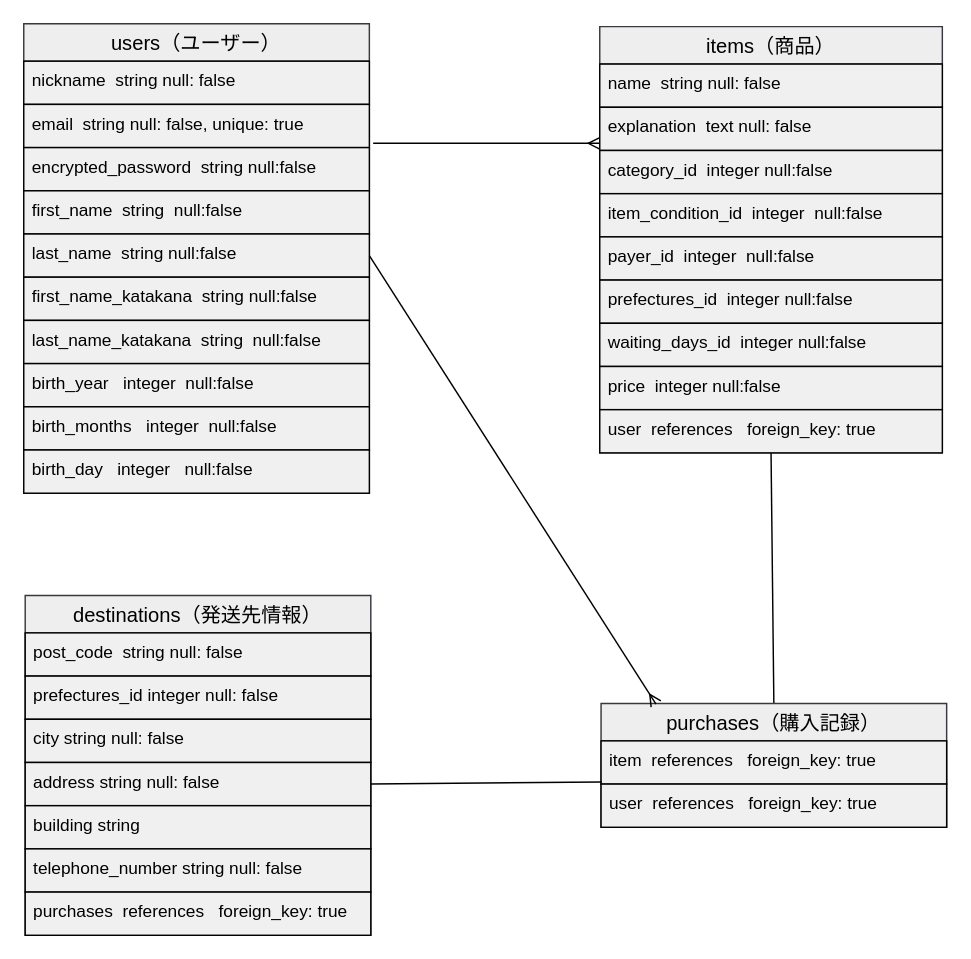
The draw.io diagram furima.dio in tame3239/furima-37851, before the edit. Source tidied: cells renumbered, new cells numbered last; positions are measured from the earlier drawing's top-left corner, leaving out a move shared by most shapes. Both pictures are drawn from the tidied source at 144%, with x=0, y=0 at pixel (23, 23).
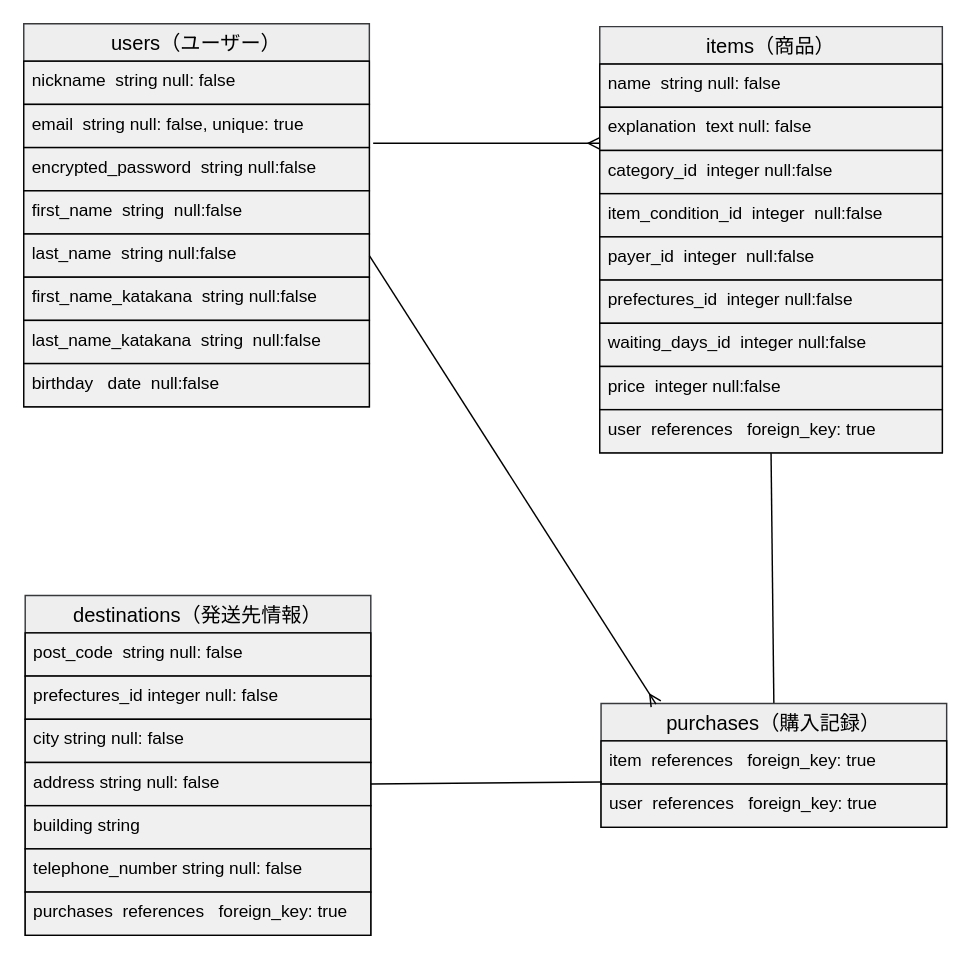
Above is the later version.

The edit, as a diff of the source:
```diff
@@
     <mxCell id="3" value="users（ユーザー）" style="swimlane;fontStyle=0;horizontal=1;startSize=26;align=center;fontSize=14;fillColor=#eeeeee;strokeColor=#36393d;fontColor=#000000;" parent="1" vertex="1">
-      <mxGeometry width="240" height="326" as="geometry" />
+      <mxGeometry width="240" height="266" as="geometry" />
     </mxCell>
@@
-    <mxCell id="11" value="birth_year   integer  null:false" style="text;strokeColor=#000000;fillColor=#F0F0F0;spacingLeft=4;spacingRight=4;overflow=hidden;fontSize=12;fontColor=#000000;" parent="3" vertex="1">
+    <mxCell id="11" value="birthday   date  null:false" style="text;strokeColor=#000000;fillColor=#F0F0F0;spacingLeft=4;spacingRight=4;overflow=hidden;fontSize=12;fontColor=#000000;" parent="3" vertex="1">
       <mxGeometry y="236" width="240" height="30" as="geometry" />
     </mxCell>
-    <mxCell id="12" value="birth_months   integer  null:false" style="text;strokeColor=#000000;fillColor=#F0F0F0;spacingLeft=4;spacingRight=4;overflow=hidden;fontSize=12;fontColor=#000000;" parent="3" vertex="1">
-      <mxGeometry y="266" width="240" height="30" as="geometry" />
-    </mxCell>
-    <mxCell id="13" value="birth_day   integer   null:false" style="text;strokeColor=#000000;fillColor=#F0F0F0;spacingLeft=4;spacingRight=4;overflow=hidden;fontSize=12;fontColor=#000000;" parent="3" vertex="1">
-      <mxGeometry y="296" width="240" height="30" as="geometry" />
-    </mxCell>
```
